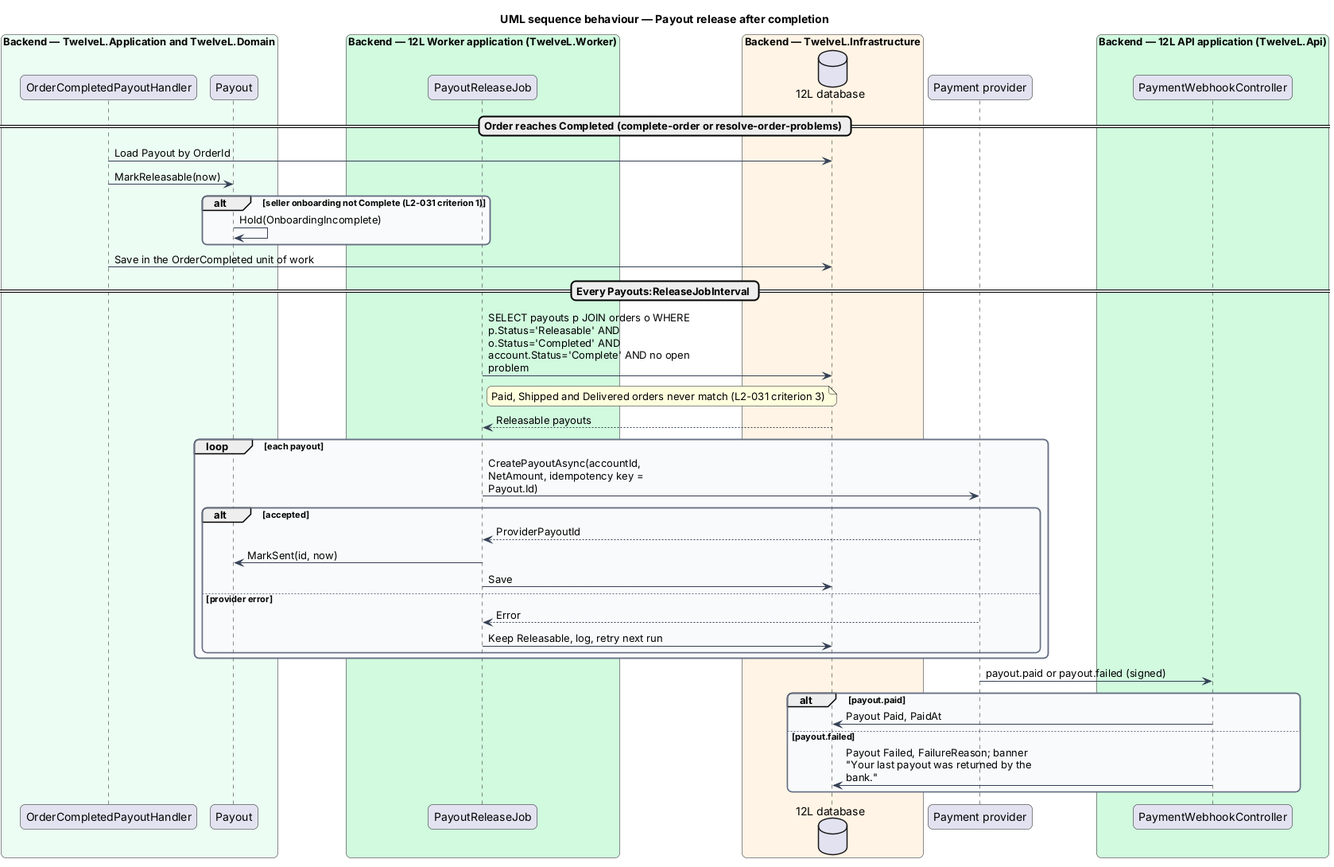
Earlier version of the PlantUML export docs/detailed-designs/orders/seller-payouts/diagrams/sequence-payout-release.png (QuinntyneBrown/12l).
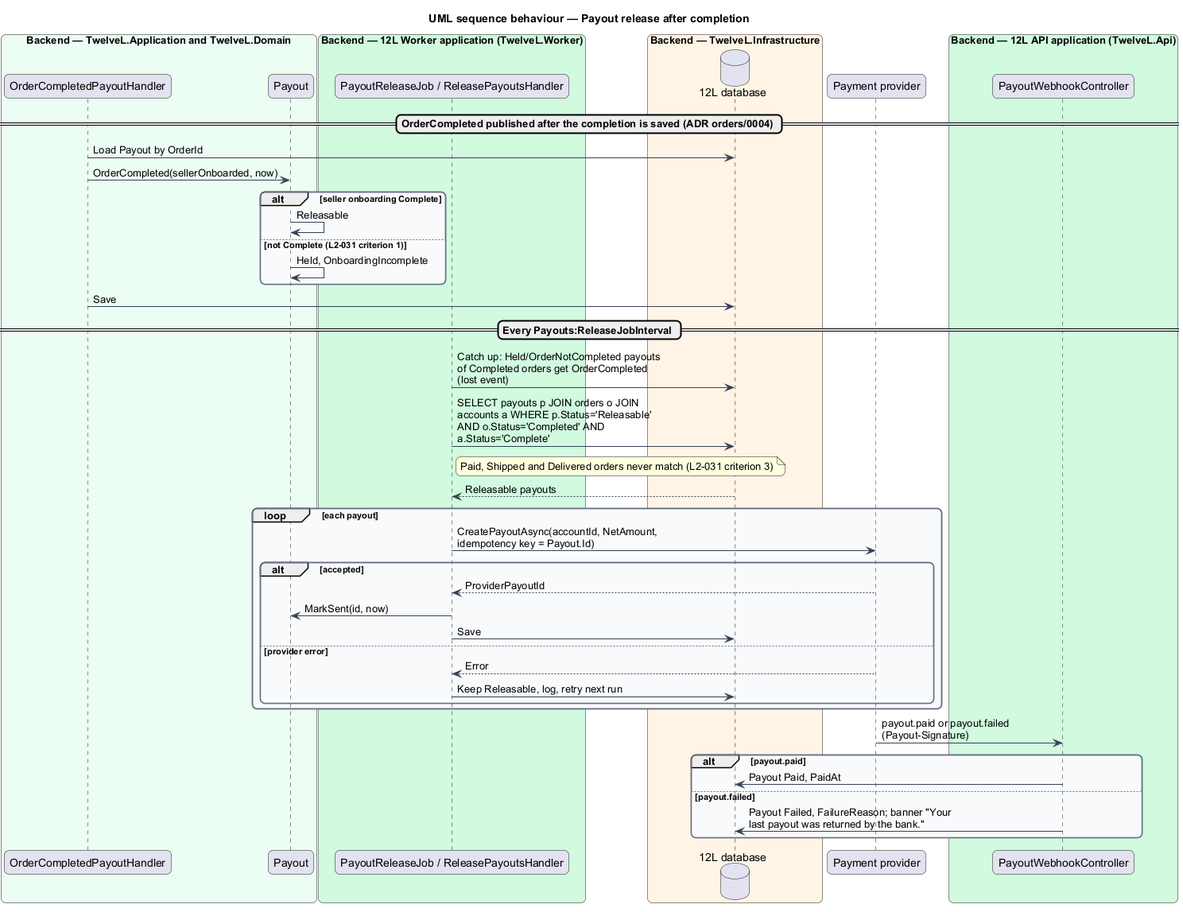
Later version of the same file.

What changed in the source:
```diff
@@ -21,24 +21,27 @@
   participant "Payout" as payout
 end box
 box "Backend — 12L Worker application (TwelveL.Worker)" #D1FADF
-  participant "PayoutReleaseJob" as job
+  participant "PayoutReleaseJob / ReleasePayoutsHandler" as job
 end box
 box "Backend — TwelveL.Infrastructure" #FFF4E5
   database "12L database" as db
 end box
 participant "Payment provider" as pay
 box "Backend — 12L API application (TwelveL.Api)" #D1FADF
-  participant "PaymentWebhookController" as wh
+  participant "PayoutWebhookController" as wh
 end box
-== Order reaches Completed (complete-order or resolve-order-problems) ==
+== OrderCompleted published after the completion is saved (ADR orders/0004) ==
 evh -> db : Load Payout by OrderId
-evh -> payout : MarkReleasable(now)
-alt seller onboarding not Complete (L2-031 criterion 1)
-  payout -> payout : Hold(OnboardingIncomplete)
+evh -> payout : OrderCompleted(sellerOnboarded, now)
+alt seller onboarding Complete
+  payout -> payout : Releasable
+else not Complete (L2-031 criterion 1)
+  payout -> payout : Held, OnboardingIncomplete
 end
-evh -> db : Save in the OrderCompleted unit of work
+evh -> db : Save
 == Every Payouts:ReleaseJobInterval ==
-job -> db : SELECT payouts p JOIN orders o WHERE p.Status='Releasable' AND o.Status='Completed' AND account.Status='Complete' AND no open problem
+job -> db : Catch up: Held/OrderNotCompleted payouts of Completed orders get OrderCompleted (lost event)
+job -> db : SELECT payouts p JOIN orders o JOIN accounts a WHERE p.Status='Releasable' AND o.Status='Completed' AND a.Status='Complete'
 note right of job : Paid, Shipped and Delivered orders never match (L2-031 criterion 3)
 db --> job : Releasable payouts
 loop each payout
@@ -52,7 +55,7 @@
     job -> db : Keep Releasable, log, retry next run
   end
 end
-pay -> wh : payout.paid or payout.failed (signed)
+pay -> wh : payout.paid or payout.failed (Payout-Signature)
 alt payout.paid
   wh -> db : Payout Paid, PaidAt
 else payout.failed
```
